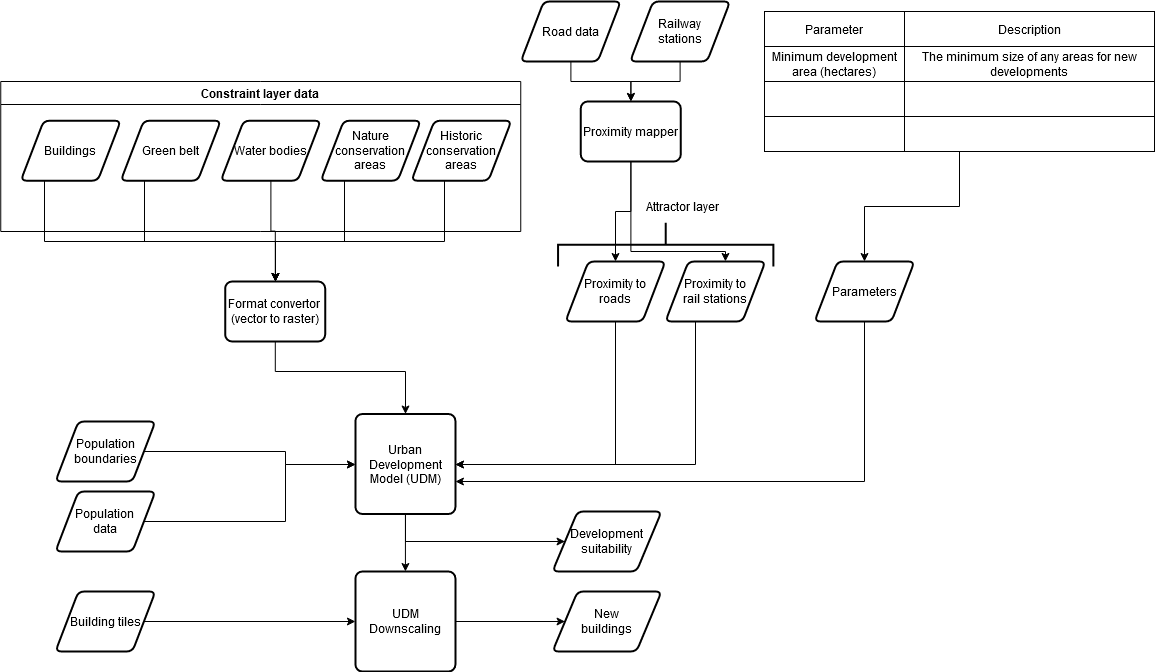
The draw.io diagram udm/openclim-udm-workflow.png in OpenCLIM/workflow-diagrams, before a commit. Source tidied: cells renumbered, new cells last; positions are measured from the earlier drawing's top-left corner, leaving out a move shared by most shapes.
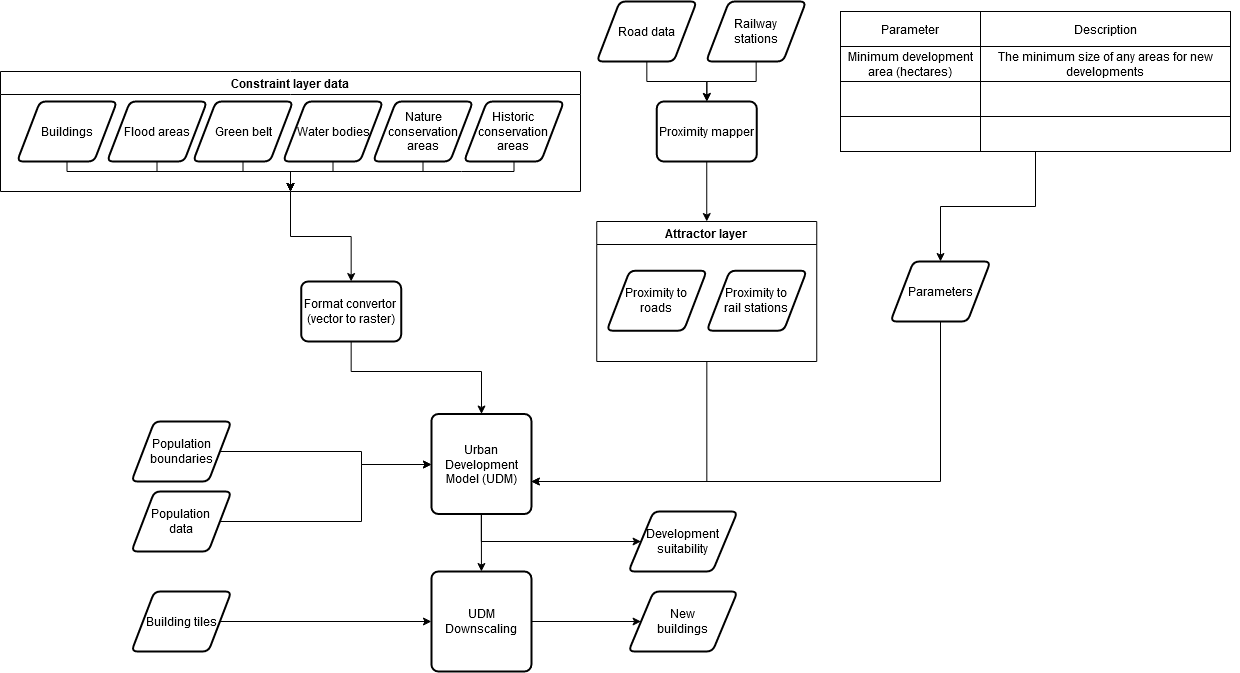
The same file after the commit.

Commit message:
added updated UDM workflow files

What changed in the source:
```diff
@@ -2,41 +2,6 @@
   <root>
     <mxCell id="0" />
     <mxCell id="1" parent="0" />
-    <mxCell id="2" style="edgeStyle=orthogonalEdgeStyle;rounded=0;jettySize=auto;html=1;" parent="1" edge="1" source="53" target="51">
-      <mxGeometry relative="1" as="geometry">
-        <Array as="points">
-          <mxPoint x="44" y="240" />
-          <mxPoint x="275" y="240" />
-        </Array>
-      </mxGeometry>
-    </mxCell>
-    <mxCell id="3" style="edgeStyle=orthogonalEdgeStyle;rounded=0;jettySize=auto;html=1;" parent="1" edge="1" source="54" target="51">
-      <mxGeometry relative="1" as="geometry">
-        <Array as="points">
-          <mxPoint x="144" y="240" />
-          <mxPoint x="275" y="240" />
-        </Array>
-      </mxGeometry>
-    </mxCell>
-    <mxCell id="4" style="edgeStyle=orthogonalEdgeStyle;rounded=0;jettySize=auto;html=1;" parent="1" edge="1" source="55" target="51">
-      <mxGeometry relative="1" as="geometry" />
-    </mxCell>
-    <mxCell id="5" style="edgeStyle=orthogonalEdgeStyle;rounded=0;jettySize=auto;html=1;" parent="1" edge="1" source="56" target="51">
-      <mxGeometry relative="1" as="geometry">
-        <Array as="points">
-          <mxPoint x="344" y="240" />
-          <mxPoint x="275" y="240" />
-        </Array>
-      </mxGeometry>
-    </mxCell>
-    <mxCell id="6" style="edgeStyle=orthogonalEdgeStyle;rounded=0;jettySize=auto;html=1;" parent="1" edge="1" source="57" target="51">
-      <mxGeometry relative="1" as="geometry">
-        <Array as="points">
-          <mxPoint x="444" y="240" />
-          <mxPoint x="275" y="240" />
-        </Array>
-      </mxGeometry>
-    </mxCell>
     <mxCell id="7" style="edgeStyle=orthogonalEdgeStyle;rounded=0;jettySize=auto;html=1;" parent="1" edge="1" source="9" target="21">
       <mxGeometry relative="1" as="geometry" />
     </mxCell>
@@ -50,27 +15,6 @@
     <mxCell id="9" value="Urban Development Model (UDM)" style="rounded=1;whiteSpace=wrap;html=1;absoluteArcSize=1;arcSize=14;strokeWidth=2;" parent="1" vertex="1">
       <mxGeometry x="354.9" y="412.5" width="100" height="100" as="geometry" />
     </mxCell>
-    <mxCell id="10" style="edgeStyle=orthogonalEdgeStyle;rounded=0;jettySize=auto;html=1;" parent="1" edge="1" source="11" target="9">
-      <mxGeometry relative="1" as="geometry">
-        <Array as="points">
-          <mxPoint x="614.9" y="463" />
-        </Array>
-      </mxGeometry>
-    </mxCell>
-    <mxCell id="11" value="&lt;div&gt;Proximity to&lt;/div&gt;&lt;div&gt; roads&lt;/div&gt;" style="shape=parallelogram;html=1;strokeWidth=2;perimeter=parallelogramPerimeter;whiteSpace=wrap;rounded=1;arcSize=12;size=0.23;" parent="1" vertex="1">
-      <mxGeometry x="564.9" y="260" width="100" height="60" as="geometry" />
-    </mxCell>
-    <mxCell id="12" style="edgeStyle=orthogonalEdgeStyle;rounded=0;jettySize=auto;html=1;" parent="1" edge="1" source="13" target="9">
-      <mxGeometry relative="1" as="geometry">
-        <Array as="points">
-          <mxPoint x="694.9" y="290" />
-          <mxPoint x="694.9" y="463" />
-        </Array>
-      </mxGeometry>
-    </mxCell>
-    <mxCell id="13" value="&lt;div&gt;Proximity to&lt;/div&gt;&lt;div&gt;rail stations&lt;br&gt;&lt;/div&gt;" style="shape=parallelogram;html=1;strokeWidth=2;perimeter=parallelogramPerimeter;whiteSpace=wrap;rounded=1;arcSize=12;size=0.23;" parent="1" vertex="1">
-      <mxGeometry x="664.9" y="260" width="100" height="60" as="geometry" />
-    </mxCell>
     <mxCell id="14" style="edgeStyle=orthogonalEdgeStyle;rounded=0;jettySize=auto;html=1;" parent="1" edge="1" source="15" target="9">
       <mxGeometry relative="1" as="geometry">
         <Array as="points">
@@ -93,12 +37,6 @@
     <mxCell id="17" value="&lt;div&gt;Population &lt;br&gt;&lt;/div&gt;&lt;div&gt;data&lt;/div&gt;" style="shape=parallelogram;html=1;strokeWidth=2;perimeter=parallelogramPerimeter;whiteSpace=wrap;rounded=1;arcSize=12;size=0.23;" parent="1" vertex="1">
       <mxGeometry x="54.9" y="490" width="100" height="60" as="geometry" />
     </mxCell>
-    <mxCell id="18" style="strokeWidth=2;html=1;shape=mxgraph.flowchart.annotation_2;align=left;labelPosition=right;rotation=90;" parent="1" vertex="1">
-      <mxGeometry x="643.3" y="135.5" width="43.8" height="215.3" as="geometry" />
-    </mxCell>
-    <mxCell id="19" value="Attractor layer" style="text;html=1;strokeColor=none;fillColor=none;align=center;verticalAlign=middle;whiteSpace=wrap;rounded=0;" parent="1" vertex="1">
-      <mxGeometry x="634.6" y="190" width="95" height="30" as="geometry" />
-    </mxCell>
     <mxCell id="20" style="edgeStyle=orthogonalEdgeStyle;rounded=0;jettySize=auto;html=1;" parent="1" edge="1" source="21" target="25">
       <mxGeometry relative="1" as="geometry" />
     </mxCell>
@@ -129,17 +67,9 @@
     <mxCell id="29" value="&lt;div&gt;Railway &lt;br&gt;&lt;/div&gt;&lt;div&gt;stations&lt;/div&gt;" style="shape=parallelogram;html=1;strokeWidth=2;perimeter=parallelogramPerimeter;whiteSpace=wrap;rounded=1;arcSize=12;size=0.23;" parent="1" vertex="1">
       <mxGeometry x="629.6" width="100" height="60" as="geometry" />
     </mxCell>
-    <mxCell id="30" style="edgeStyle=orthogonalEdgeStyle;rounded=0;jettySize=auto;html=1;" parent="1" edge="1" source="32" target="11">
-      <mxGeometry relative="1" as="geometry" />
-    </mxCell>
-    <mxCell id="31" style="edgeStyle=orthogonalEdgeStyle;rounded=0;jettySize=auto;html=1;entryX=0.6;entryY=-0.001;entryDx=0;entryDy=0;entryPerimeter=0;" parent="1" edge="1" source="32" target="13">
-      <mxGeometry relative="1" as="geometry">
-        <Array as="points">
-          <mxPoint x="630" y="250" />
-          <mxPoint x="725" y="250" />
-        </Array>
-      </mxGeometry>
-    </mxCell>
+    <mxCell id="58" style="edgeStyle=orthogonalEdgeStyle;rounded=0;jettySize=auto;html=1;" parent="1" edge="1" source="32" target="19">
+      <mxGeometry relative="1" as="geometry" />
+    </mxCell>
     <mxCell id="32" value="Proximity mapper" style="rounded=1;whiteSpace=wrap;html=1;absoluteArcSize=1;arcSize=14;strokeWidth=2;" parent="1" vertex="1">
       <mxGeometry x="580.3" y="100" width="100" height="60" as="geometry" />
     </mxCell>
@@ -209,23 +139,93 @@
     <mxCell id="51" value="Format convertor&amp;nbsp; (vector to raster)" style="rounded=1;whiteSpace=wrap;html=1;absoluteArcSize=1;arcSize=14;strokeWidth=2;" parent="1" vertex="1">
       <mxGeometry x="224.7" y="280" width="100" height="60" as="geometry" />
     </mxCell>
+    <mxCell id="59" style="edgeStyle=orthogonalEdgeStyle;rounded=0;jettySize=auto;html=1;" parent="1" edge="1" source="52" target="51">
+      <mxGeometry relative="1" as="geometry" />
+    </mxCell>
     <mxCell id="52" value="Constraint layer data" style="swimlane;" parent="1" vertex="1">
-      <mxGeometry x="0.3" y="80" width="520" height="150" as="geometry" />
+      <mxGeometry x="-76" y="70" width="580" height="120" as="geometry" />
     </mxCell>
+    <mxCell id="57" value="Historic conservation areas" style="shape=parallelogram;html=1;strokeWidth=2;perimeter=parallelogramPerimeter;whiteSpace=wrap;rounded=1;arcSize=12;size=0.23;" parent="52" vertex="1">
+      <mxGeometry x="463.5" y="30" width="100" height="60" as="geometry" />
+    </mxCell>
+    <mxCell id="60" style="edgeStyle=orthogonalEdgeStyle;rounded=0;jettySize=auto;html=1;entryX=0.5;entryY=1;entryDx=0;entryDy=0;" parent="52" edge="1" source="57" target="52">
+      <mxGeometry relative="1" as="geometry">
+        <Array as="points">
+          <mxPoint x="461" y="100" />
+          <mxPoint x="260" y="100" />
+        </Array>
+      </mxGeometry>
+    </mxCell>
+    <mxCell id="61" style="edgeStyle=orthogonalEdgeStyle;rounded=0;jettySize=auto;html=1;entryX=0.5;entryY=1;entryDx=0;entryDy=0;" parent="52" edge="1" source="56" target="52">
+      <mxGeometry relative="1" as="geometry">
+        <Array as="points">
+          <mxPoint x="370" y="100" />
+          <mxPoint x="260" y="100" />
+        </Array>
+      </mxGeometry>
+    </mxCell>
+    <mxCell id="56" value="Nature conservation areas" style="shape=parallelogram;html=1;strokeWidth=2;perimeter=parallelogramPerimeter;whiteSpace=wrap;rounded=1;arcSize=12;size=0.23;" parent="52" vertex="1">
+      <mxGeometry x="372.5" y="30" width="100" height="60" as="geometry" />
+    </mxCell>
+    <mxCell id="62" style="edgeStyle=orthogonalEdgeStyle;rounded=0;jettySize=auto;html=1;entryX=0.5;entryY=1;entryDx=0;entryDy=0;" parent="52" edge="1" source="55" target="52">
+      <mxGeometry relative="1" as="geometry">
+        <Array as="points">
+          <mxPoint x="333" y="100" />
+          <mxPoint x="290" y="100" />
+        </Array>
+      </mxGeometry>
+    </mxCell>
+    <mxCell id="55" value="Water bodies" style="shape=parallelogram;html=1;strokeWidth=2;perimeter=parallelogramPerimeter;whiteSpace=wrap;rounded=1;arcSize=12;size=0.23;" parent="52" vertex="1">
+      <mxGeometry x="282.5" y="30" width="100" height="60" as="geometry" />
+    </mxCell>
+    <mxCell id="63" style="edgeStyle=orthogonalEdgeStyle;rounded=0;jettySize=auto;html=1;entryX=0.5;entryY=1;entryDx=0;entryDy=0;" parent="52" edge="1" source="54" target="52">
+      <mxGeometry relative="1" as="geometry">
+        <Array as="points">
+          <mxPoint x="243" y="100" />
+          <mxPoint x="290" y="100" />
+        </Array>
+      </mxGeometry>
+    </mxCell>
+    <mxCell id="54" value="Green belt" style="shape=parallelogram;html=1;strokeWidth=2;perimeter=parallelogramPerimeter;whiteSpace=wrap;rounded=1;arcSize=12;size=0.23;" parent="52" vertex="1">
+      <mxGeometry x="192.5" y="30" width="100" height="60" as="geometry" />
+    </mxCell>
+    <mxCell id="64" style="edgeStyle=orthogonalEdgeStyle;rounded=0;jettySize=auto;html=1;entryX=0.5;entryY=1;entryDx=0;entryDy=0;" parent="52" edge="1" source="65" target="52">
+      <mxGeometry relative="1" as="geometry">
+        <Array as="points">
+          <mxPoint x="157" y="100" />
+          <mxPoint x="290" y="100" />
+        </Array>
+      </mxGeometry>
+    </mxCell>
+    <mxCell id="65" value="Flood areas" style="shape=parallelogram;html=1;strokeWidth=2;perimeter=parallelogramPerimeter;whiteSpace=wrap;rounded=1;arcSize=12;size=0.23;" parent="52" vertex="1">
+      <mxGeometry x="106.5" y="30" width="100" height="60" as="geometry" />
+    </mxCell>
+    <mxCell id="66" style="edgeStyle=orthogonalEdgeStyle;rounded=0;jettySize=auto;html=1;entryX=0.5;entryY=1;entryDx=0;entryDy=0;" parent="52" edge="1" source="53" target="52">
+      <mxGeometry relative="1" as="geometry">
+        <Array as="points">
+          <mxPoint x="67" y="100" />
+          <mxPoint x="290" y="100" />
+        </Array>
+      </mxGeometry>
+    </mxCell>
     <mxCell id="53" value="Buildings" style="shape=parallelogram;html=1;strokeWidth=2;perimeter=parallelogramPerimeter;whiteSpace=wrap;rounded=1;arcSize=12;size=0.23;" parent="52" vertex="1">
-      <mxGeometry x="20" y="39.2" width="100" height="60" as="geometry" />
+      <mxGeometry x="16.5" y="30" width="100" height="60" as="geometry" />
     </mxCell>
-    <mxCell id="54" value="Green belt" style="shape=parallelogram;html=1;strokeWidth=2;perimeter=parallelogramPerimeter;whiteSpace=wrap;rounded=1;arcSize=12;size=0.23;" parent="52" vertex="1">
-      <mxGeometry x="120" y="39.2" width="100" height="60" as="geometry" />
-    </mxCell>
-    <mxCell id="55" value="Water bodies" style="shape=parallelogram;html=1;strokeWidth=2;perimeter=parallelogramPerimeter;whiteSpace=wrap;rounded=1;arcSize=12;size=0.23;" parent="52" vertex="1">
-      <mxGeometry x="220" y="39.2" width="100" height="60" as="geometry" />
-    </mxCell>
-    <mxCell id="56" value="Nature conservation areas" style="shape=parallelogram;html=1;strokeWidth=2;perimeter=parallelogramPerimeter;whiteSpace=wrap;rounded=1;arcSize=12;size=0.23;" parent="52" vertex="1">
-      <mxGeometry x="320" y="39.2" width="100" height="60" as="geometry" />
-    </mxCell>
-    <mxCell id="57" value="Historic conservation areas" style="shape=parallelogram;html=1;strokeWidth=2;perimeter=parallelogramPerimeter;whiteSpace=wrap;rounded=1;arcSize=12;size=0.23;" parent="52" vertex="1">
-      <mxGeometry x="410.7" y="39.2" width="100" height="60" as="geometry" />
-    </mxCell>
+    <mxCell id="67" style="edgeStyle=orthogonalEdgeStyle;rounded=0;jettySize=auto;html=1;entryX=0.998;entryY=0.675;entryDx=0;entryDy=0;entryPerimeter=0;" parent="1" edge="1" source="19" target="9">
+      <mxGeometry relative="1" as="geometry">
+        <Array as="points">
+          <mxPoint x="630" y="480" />
+        </Array>
+      </mxGeometry>
+    </mxCell>
+    <mxCell id="19" value="Attractor layer" style="swimlane;" parent="1" vertex="1">
+      <mxGeometry x="520.3" y="220" width="220" height="140" as="geometry" />
+    </mxCell>
+    <mxCell id="13" value="&lt;div&gt;Proximity to&lt;/div&gt;&lt;div&gt;rail stations&lt;br&gt;&lt;/div&gt;" style="shape=parallelogram;html=1;strokeWidth=2;perimeter=parallelogramPerimeter;whiteSpace=wrap;rounded=1;arcSize=12;size=0.23;" parent="19" vertex="1">
+      <mxGeometry x="110" y="49.2" width="100" height="60" as="geometry" />
+    </mxCell>
+    <mxCell id="11" value="&lt;div&gt;Proximity to&lt;/div&gt;&lt;div&gt; roads&lt;/div&gt;" style="shape=parallelogram;html=1;strokeWidth=2;perimeter=parallelogramPerimeter;whiteSpace=wrap;rounded=1;arcSize=12;size=0.23;" parent="19" vertex="1">
+      <mxGeometry x="10" y="49.2" width="100" height="60" as="geometry" />
+    </mxCell>
   </root>
 </mxGraphModel>
```
